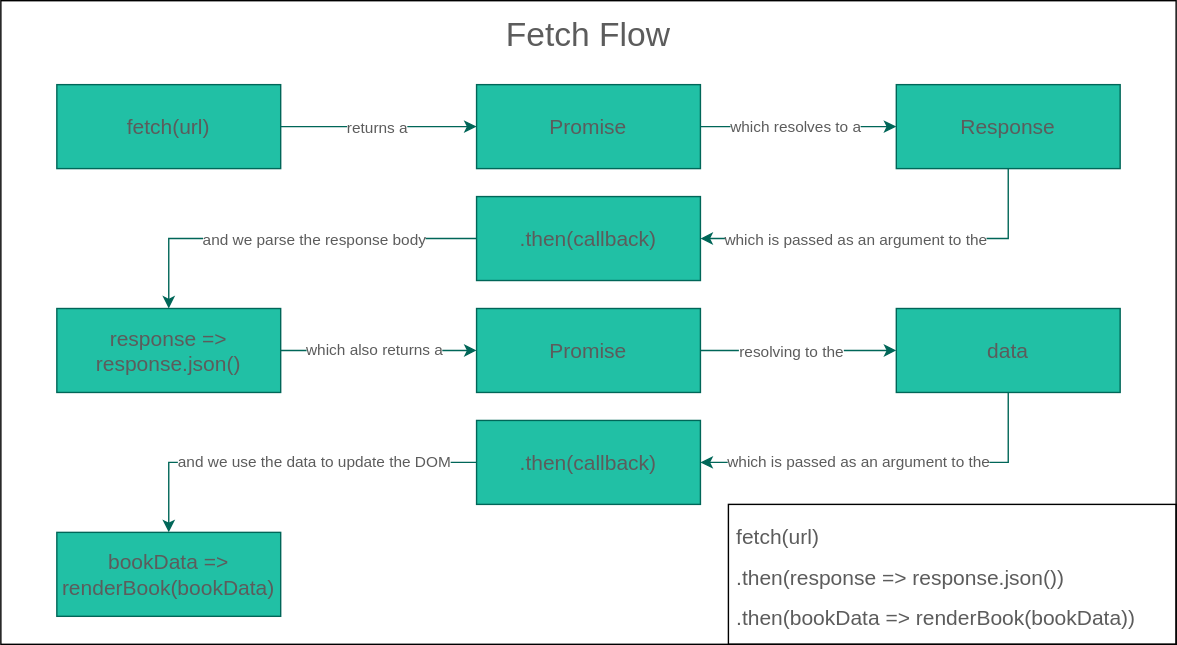
Before: 05_POST_request/assets/fetch-diagram.drawio.svg, a diagram exported from draw.io (learn-co-students/SENG-LIVE-101022-Phase-1-JS). Source tidied: cells renumbered, new cells last; positions are measured from the earlier drawing's top-left corner, leaving out a move shared by most shapes. The source it was exported from:
```xml
<mxGraphModel>
  <root>
    <mxCell id="0" />
    <mxCell id="1" parent="0" />
    <mxCell id="2" style="rounded=0;whiteSpace=wrap;html=1;" parent="1" vertex="1">
      <mxGeometry width="840" height="460" as="geometry" />
    </mxCell>
    <mxCell id="3" style="edgeStyle=orthogonalEdgeStyle;rounded=0;jettySize=auto;html=1;strokeColor=#006658;fontColor=#5C5C5C;fillColor=#21C0A5;" parent="1" edge="1" source="5" target="8">
      <mxGeometry relative="1" as="geometry" />
    </mxCell>
    <mxCell id="4" value="returns a" style="edgeLabel;html=1;align=center;verticalAlign=middle;fontColor=#5C5C5C;" parent="3" vertex="1">
      <mxGeometry x="-0.03" relative="1" as="geometry" />
    </mxCell>
    <mxCell id="5" value="&lt;font style=&quot;font-size: 15px;&quot;&gt;fetch(url)&lt;/font&gt;" style="rounded=0;whiteSpace=wrap;html=1;strokeColor=#006658;fontColor=#5C5C5C;fillColor=#21C0A5;" parent="1" vertex="1">
      <mxGeometry x="40" y="60" width="160" height="60" as="geometry" />
    </mxCell>
    <mxCell id="6" style="edgeStyle=orthogonalEdgeStyle;rounded=0;jettySize=auto;html=1;strokeColor=#006658;fontColor=#5C5C5C;fillColor=#21C0A5;" parent="1" edge="1" source="8" target="11">
      <mxGeometry relative="1" as="geometry" />
    </mxCell>
    <mxCell id="7" value="which resolves to a" style="edgeLabel;html=1;align=center;verticalAlign=middle;fontColor=#5C5C5C;" parent="6" vertex="1">
      <mxGeometry x="-0.05" y="1" relative="1" as="geometry" />
    </mxCell>
    <mxCell id="8" value="&lt;font style=&quot;font-size: 15px;&quot;&gt;Promise&lt;/font&gt;" style="rounded=0;whiteSpace=wrap;html=1;strokeColor=#006658;fontColor=#5C5C5C;fillColor=#21C0A5;" parent="1" vertex="1">
      <mxGeometry x="340" y="60" width="160" height="60" as="geometry" />
    </mxCell>
    <mxCell id="9" style="edgeStyle=orthogonalEdgeStyle;rounded=0;jettySize=auto;html=1;strokeColor=#006658;fontColor=#5C5C5C;fillColor=#21C0A5;" parent="1" edge="1" source="11" target="14">
      <mxGeometry relative="1" as="geometry">
        <Array as="points">
          <mxPoint x="720" y="170" />
        </Array>
      </mxGeometry>
    </mxCell>
    <mxCell id="10" value="which is passed as an argument to the" style="edgeLabel;html=1;align=center;verticalAlign=middle;fontColor=#5C5C5C;" parent="9" vertex="1">
      <mxGeometry x="0.19" relative="1" as="geometry" />
    </mxCell>
    <mxCell id="11" value="&lt;font style=&quot;font-size: 15px;&quot;&gt;Response&lt;/font&gt;" style="rounded=0;whiteSpace=wrap;html=1;strokeColor=#006658;fontColor=#5C5C5C;fillColor=#21C0A5;" parent="1" vertex="1">
      <mxGeometry x="640" y="60" width="160" height="60" as="geometry" />
    </mxCell>
    <mxCell id="12" style="edgeStyle=orthogonalEdgeStyle;rounded=0;jettySize=auto;html=1;strokeColor=#006658;fontColor=#5C5C5C;fillColor=#21C0A5;" parent="1" edge="1" source="14" target="17">
      <mxGeometry relative="1" as="geometry" />
    </mxCell>
    <mxCell id="13" value="and we parse the response body" style="edgeLabel;html=1;align=center;verticalAlign=middle;fontColor=#5C5C5C;" parent="12" vertex="1">
      <mxGeometry x="-0.14" relative="1" as="geometry" />
    </mxCell>
    <mxCell id="14" value="&lt;font style=&quot;font-size: 15px;&quot;&gt;.then(callback)&lt;/font&gt;" style="rounded=0;whiteSpace=wrap;html=1;strokeColor=#006658;fontColor=#5C5C5C;fillColor=#21C0A5;" parent="1" vertex="1">
      <mxGeometry x="340" y="140" width="160" height="60" as="geometry" />
    </mxCell>
    <mxCell id="15" style="edgeStyle=orthogonalEdgeStyle;rounded=0;jettySize=auto;html=1;strokeColor=#006658;fontColor=#5C5C5C;fillColor=#21C0A5;" parent="1" edge="1" source="17" target="20">
      <mxGeometry relative="1" as="geometry" />
    </mxCell>
    <mxCell id="16" value="which also returns a" style="edgeLabel;html=1;align=center;verticalAlign=middle;fontColor=#5C5C5C;" parent="15" vertex="1">
      <mxGeometry x="-0.06" y="1" relative="1" as="geometry" />
    </mxCell>
    <mxCell id="17" value="&lt;font style=&quot;font-size: 15px&quot;&gt;response =&amp;gt; response.json()&lt;/font&gt;" style="rounded=0;whiteSpace=wrap;html=1;strokeColor=#006658;fontColor=#5C5C5C;fillColor=#21C0A5;" parent="1" vertex="1">
      <mxGeometry x="40" y="220" width="160" height="60" as="geometry" />
    </mxCell>
    <mxCell id="18" style="edgeStyle=orthogonalEdgeStyle;rounded=0;jettySize=auto;html=1;strokeColor=#006658;fontColor=#5C5C5C;fillColor=#21C0A5;" parent="1" edge="1" source="20" target="23">
      <mxGeometry relative="1" as="geometry" />
    </mxCell>
    <mxCell id="19" value="resolving to the" style="edgeLabel;html=1;align=center;verticalAlign=middle;fontColor=#5C5C5C;" parent="18" vertex="1">
      <mxGeometry x="-0.08" relative="1" as="geometry" />
    </mxCell>
    <mxCell id="20" value="&lt;font style=&quot;font-size: 15px;&quot;&gt;Promise&lt;/font&gt;" style="rounded=0;whiteSpace=wrap;html=1;strokeColor=#006658;fontColor=#5C5C5C;fillColor=#21C0A5;" parent="1" vertex="1">
      <mxGeometry x="340" y="220" width="160" height="60" as="geometry" />
    </mxCell>
    <mxCell id="21" style="edgeStyle=orthogonalEdgeStyle;rounded=0;jettySize=auto;html=1;strokeColor=#006658;fontColor=#5C5C5C;fillColor=#21C0A5;" parent="1" edge="1" source="23" target="26">
      <mxGeometry relative="1" as="geometry">
        <Array as="points">
          <mxPoint x="720" y="330" />
        </Array>
      </mxGeometry>
    </mxCell>
    <mxCell id="22" value="which is passed as an argument to the" style="edgeLabel;html=1;align=center;verticalAlign=middle;fontColor=#5C5C5C;" parent="21" vertex="1">
      <mxGeometry x="0.17" y="-1" relative="1" as="geometry" />
    </mxCell>
    <mxCell id="23" value="&lt;font style=&quot;font-size: 15px;&quot;&gt;data&lt;/font&gt;" style="rounded=0;whiteSpace=wrap;html=1;strokeColor=#006658;fontColor=#5C5C5C;fillColor=#21C0A5;" parent="1" vertex="1">
      <mxGeometry x="640" y="220" width="160" height="60" as="geometry" />
    </mxCell>
    <mxCell id="24" style="edgeStyle=orthogonalEdgeStyle;rounded=0;jettySize=auto;html=1;strokeColor=#006658;fontColor=#5C5C5C;fillColor=#21C0A5;" parent="1" edge="1" source="26" target="27">
      <mxGeometry relative="1" as="geometry" />
    </mxCell>
    <mxCell id="25" value="and we use the data to update the DOM" style="edgeLabel;html=1;align=center;verticalAlign=middle;fontColor=#5C5C5C;" parent="24" vertex="1">
      <mxGeometry x="-0.14" y="-1" relative="1" as="geometry" />
    </mxCell>
    <mxCell id="26" value="&lt;font style=&quot;font-size: 15px;&quot;&gt;.then(callback)&lt;/font&gt;" style="rounded=0;whiteSpace=wrap;html=1;strokeColor=#006658;fontColor=#5C5C5C;fillColor=#21C0A5;" parent="1" vertex="1">
      <mxGeometry x="340" y="300" width="160" height="60" as="geometry" />
    </mxCell>
    <mxCell id="27" value="&lt;font style=&quot;font-size: 15px;&quot;&gt;bookData =&amp;gt; renderBook(bookData)&lt;/font&gt;" style="rounded=0;whiteSpace=wrap;html=1;strokeColor=#006658;fontColor=#5C5C5C;fillColor=#21C0A5;" parent="1" vertex="1">
      <mxGeometry x="40" y="380" width="160" height="60" as="geometry" />
    </mxCell>
    <mxCell id="28" value="&lt;font style=&quot;font-size: 24px;&quot;&gt;Fetch Flow&lt;/font&gt;" style="text;html=1;strokeColor=none;fillColor=none;align=center;verticalAlign=middle;whiteSpace=wrap;rounded=0;fontSize=15;fontColor=#5C5C5C;" parent="1" vertex="1">
      <mxGeometry width="840" height="50" as="geometry" />
    </mxCell>
    <mxCell id="29" value="&lt;font style=&quot;font-size: 15px;&quot;&gt;fetch(url)&lt;br&gt;&amp;nbsp; .then(response =&amp;gt; response.json())&lt;br&gt;&amp;nbsp; .then(bookData =&amp;gt; renderBook(bookData))&lt;/font&gt;" style="text;html=1;strokeColor=default;fillColor=none;align=left;verticalAlign=middle;whiteSpace=wrap;rounded=0;fontSize=24;fontColor=#5C5C5C;perimeterSpacing=2;spacing=6;" parent="1" vertex="1">
      <mxGeometry x="520" y="360" width="320" height="100" as="geometry" />
    </mxCell>
  </root>
</mxGraphModel>
```
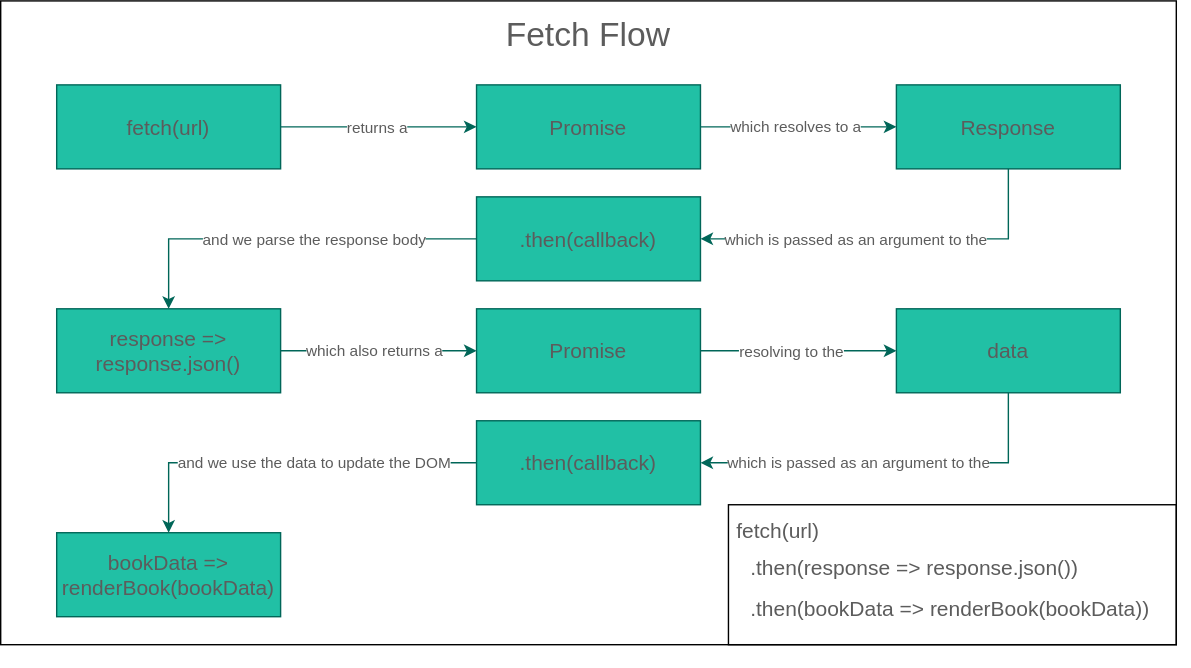
After the change.

Commit message:
update fetch diagram

What changed in the source:
```diff
@@ -91,8 +91,11 @@
     <mxCell id="28" value="&lt;font style=&quot;font-size: 24px;&quot;&gt;Fetch Flow&lt;/font&gt;" style="text;html=1;strokeColor=none;fillColor=none;align=center;verticalAlign=middle;whiteSpace=wrap;rounded=0;fontSize=15;fontColor=#5C5C5C;" parent="1" vertex="1">
       <mxGeometry width="840" height="50" as="geometry" />
     </mxCell>
-    <mxCell id="29" value="&lt;font style=&quot;font-size: 15px;&quot;&gt;fetch(url)&lt;br&gt;&amp;nbsp; .then(response =&amp;gt; response.json())&lt;br&gt;&amp;nbsp; .then(bookData =&amp;gt; renderBook(bookData))&lt;/font&gt;" style="text;html=1;strokeColor=default;fillColor=none;align=left;verticalAlign=middle;whiteSpace=wrap;rounded=0;fontSize=24;fontColor=#5C5C5C;perimeterSpacing=2;spacing=6;" parent="1" vertex="1">
+    <mxCell id="29" value="&lt;font style=&quot;font-size: 15px&quot;&gt;fetch(url)&lt;br&gt;&amp;nbsp;&amp;nbsp;&lt;br&gt;&lt;br&gt;&lt;br&gt;&lt;/font&gt;" style="text;html=1;strokeColor=default;fillColor=none;align=left;verticalAlign=middle;whiteSpace=wrap;rounded=0;fontSize=24;fontColor=#5C5C5C;perimeterSpacing=2;spacing=6;spacingTop=18;" parent="1" vertex="1">
       <mxGeometry x="520" y="360" width="320" height="100" as="geometry" />
     </mxCell>
+    <mxCell id="30" value="&lt;font style=&quot;font-size: 15px&quot;&gt;&amp;nbsp; .then(response =&amp;gt; response.json())&lt;br&gt;&amp;nbsp; .then(bookData =&amp;gt; renderBook(bookData))&lt;/font&gt;" style="text;html=1;strokeColor=none;fillColor=none;align=left;verticalAlign=middle;whiteSpace=wrap;rounded=0;fontSize=24;fontColor=#5C5C5C;perimeterSpacing=2;spacing=6;" parent="1" vertex="1">
+      <mxGeometry x="530" y="392" width="320" height="50" as="geometry" />
+    </mxCell>
   </root>
 </mxGraphModel>
```
